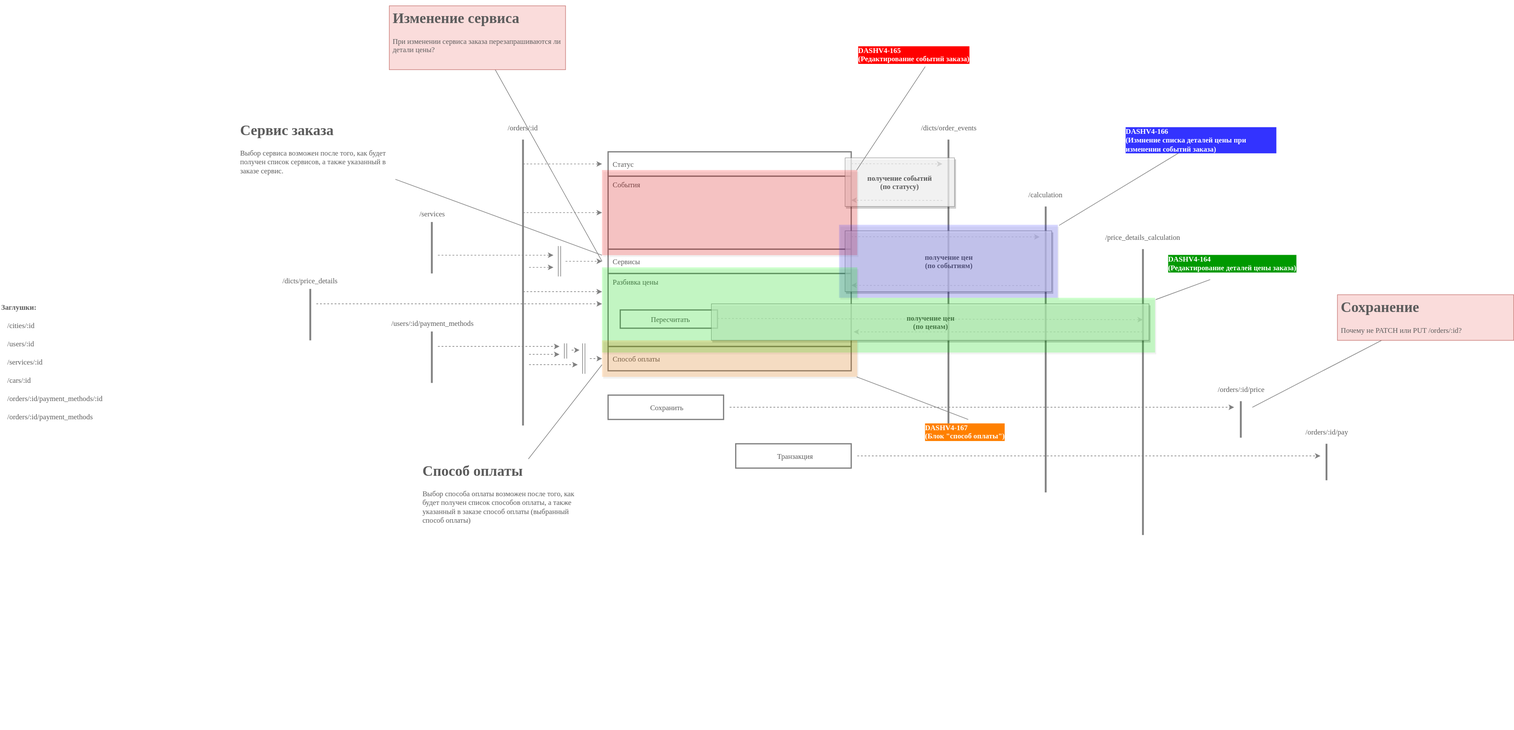
Before: calc.svg, a diagram exported from draw.io (ajile/draw-io). Source tidied: cells renumbered, new cells last; positions are measured from the earlier drawing's top-left corner, leaving out a move shared by most shapes.
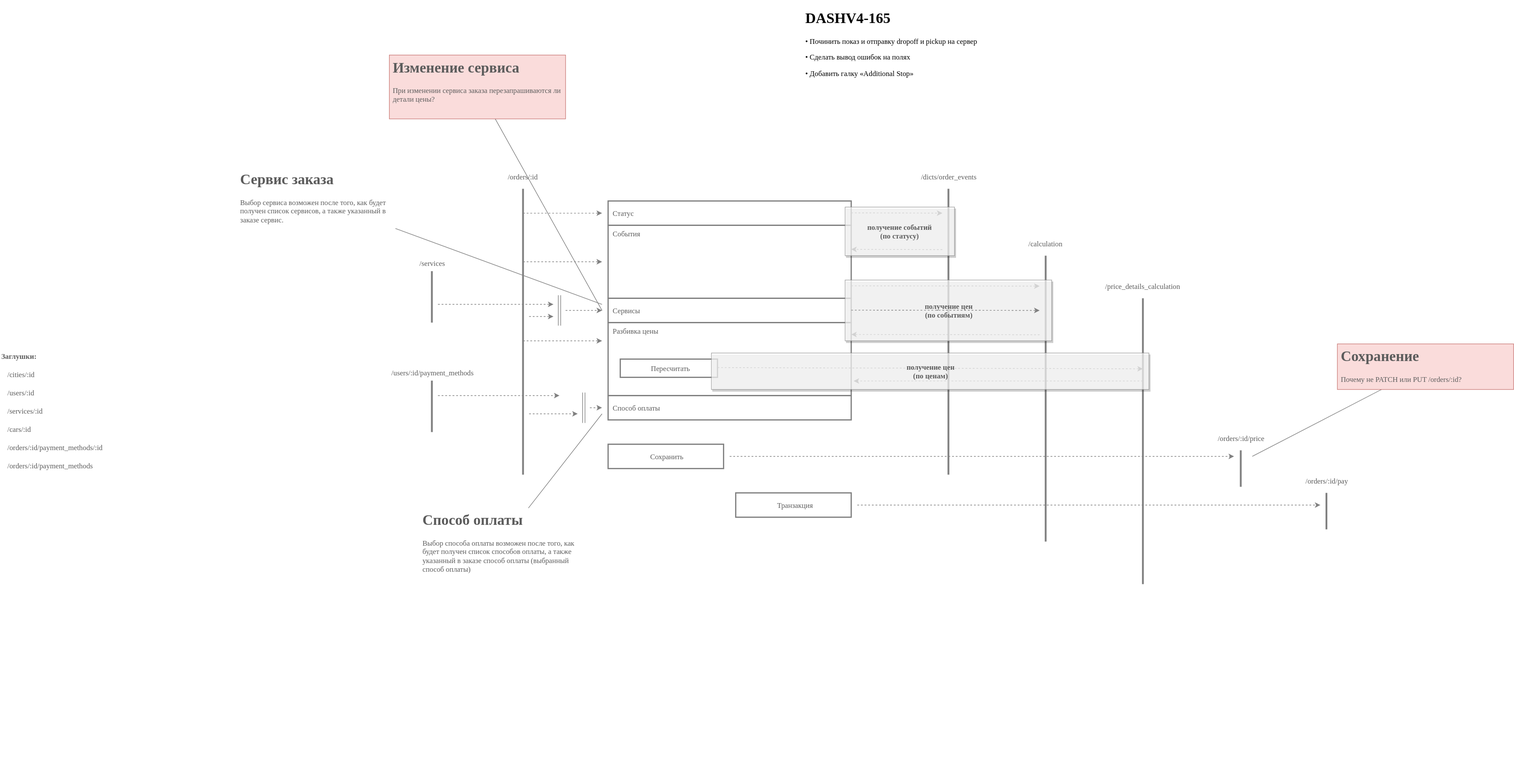
Later version of the same file.

Diff of the diagram source:
```diff
@@ -301,88 +301,14 @@
     <mxCell id="71" value="&lt;div&gt;получение цен&lt;/div&gt;&lt;div&gt;(по ценам)&lt;/div&gt;" style="rounded=0;whiteSpace=wrap;html=1;shadow=1;strokeColor=#808080;strokeWidth=1;fillColor=#ffffff;gradientColor=none;fontFamily=Verdana;fontSize=12;fontColor=#5C5C5C;align=center;opacity=70;fontStyle=1;" parent="1" vertex="1">
       <mxGeometry x="1170" y="490" width="720" height="60" as="geometry" />
     </mxCell>
-    <mxCell id="72" value="Области" parent="0" />
-    <mxCell id="73" style="edgeStyle=none;rounded=0;html=1;entryX=0.998;entryY=0;entryPerimeter=0;labelBackgroundColor=none;startArrow=none;startFill=0;endArrow=none;endFill=0;jettySize=auto;strokeColor=#808080;strokeWidth=1;fontFamily=Verdana;fontSize=12;fontColor=#FFFFFF;" parent="72" edge="1" source="92" target="75">
-      <mxGeometry relative="1" as="geometry" />
-    </mxCell>
-    <mxCell id="74" style="group;" parent="72" vertex="1">
-      <mxGeometry x="990" y="230" width="600" height="180" as="geometry" />
-    </mxCell>
-    <mxCell id="75" style="rounded=0;whiteSpace=wrap;html=1;shadow=1;fillColor=#FF0000;gradientColor=none;fontFamily=Verdana;fontSize=19;fontColor=#FF0000;opacity=20;align=left;strokeColor=none;" parent="74" vertex="1">
-      <mxGeometry y="40" width="420" height="140" as="geometry" />
-    </mxCell>
-    <mxCell id="76" style="rounded=0;whiteSpace=wrap;html=1;shadow=1;fillColor=#3333FF;gradientColor=none;fontFamily=Verdana;fontSize=19;fontColor=#FF0000;opacity=20;align=left;strokeColor=none;" parent="72" vertex="1">
-      <mxGeometry x="1380" y="360" width="360" height="120" as="geometry" />
-    </mxCell>
-    <mxCell id="77" style="edgeStyle=none;rounded=0;html=1;entryX=1.006;entryY=0.008;entryPerimeter=0;labelBackgroundColor=none;startArrow=none;startFill=0;endArrow=none;endFill=0;jettySize=auto;strokeColor=#808080;strokeWidth=1;fontFamily=Verdana;fontSize=12;fontColor=#3333FF;" parent="72" edge="1" source="93" target="76">
-      <mxGeometry relative="1" as="geometry" />
-    </mxCell>
-    <mxCell id="78" style="group;" parent="72" vertex="1">
-      <mxGeometry x="990" y="430" width="910" height="140" as="geometry" />
-    </mxCell>
-    <mxCell id="79" style="rounded=0;whiteSpace=wrap;html=1;shadow=1;fillColor=#00FF00;gradientColor=none;fontFamily=Verdana;fontSize=19;fontColor=#FF0000;opacity=20;align=left;strokeColor=none;" parent="78" vertex="1">
-      <mxGeometry width="420" height="140" as="geometry" />
-    </mxCell>
-    <mxCell id="80" style="rounded=0;whiteSpace=wrap;html=1;shadow=1;fillColor=#00FF00;gradientColor=none;fontFamily=Verdana;fontSize=19;fontColor=#FF0000;opacity=20;align=left;strokeColor=none;" parent="78" vertex="1">
-      <mxGeometry x="420" y="50" width="490" height="90" as="geometry" />
-    </mxCell>
-    <mxCell id="81" style="edgeStyle=none;rounded=0;html=1;entryX=1.002;entryY=0.033;entryPerimeter=0;labelBackgroundColor=none;startArrow=none;startFill=0;endArrow=none;endFill=0;jettySize=auto;strokeColor=#808080;strokeWidth=1;fontFamily=Verdana;fontSize=12;fontColor=#3333FF;" parent="72" edge="1" source="94" target="80">
-      <mxGeometry relative="1" as="geometry" />
-    </mxCell>
-    <mxCell id="82" style="rounded=0;whiteSpace=wrap;html=1;shadow=1;fillColor=#FF8000;gradientColor=none;fontFamily=Verdana;fontSize=19;fontColor=#FF0000;opacity=20;align=left;strokeColor=none;" parent="72" vertex="1">
-      <mxGeometry x="990" y="550" width="420" height="60" as="geometry" />
-    </mxCell>
-    <mxCell id="83" style="edgeStyle=none;rounded=0;html=1;entryX=0.998;entryY=1;entryPerimeter=0;labelBackgroundColor=none;startArrow=none;startFill=0;endArrow=none;endFill=0;jettySize=auto;strokeColor=#808080;strokeWidth=1;fontFamily=Verdana;fontSize=12;fontColor=#3333FF;" parent="72" edge="1" source="95" target="82">
-      <mxGeometry relative="1" as="geometry" />
-    </mxCell>
-    <mxCell id="84" style="shape=link;html=1;labelBackgroundColor=none;startArrow=none;startFill=0;endArrow=classic;endFill=1;jettySize=auto;orthogonalLoop=1;strokeColor=#808080;strokeWidth=1;fontFamily=Verdana;fontSize=12;fontColor=#5C5C5C;" parent="72" edge="1">
-      <mxGeometry relative="1" as="geometry">
-        <mxPoint x="930" y="580" as="sourcePoint" />
-        <mxPoint x="930" y="555" as="targetPoint" />
-      </mxGeometry>
-    </mxCell>
-    <mxCell id="85" style="endArrow=classic;html=1;labelBackgroundColor=none;strokeColor=#808080;strokeWidth=1;fontFamily=Verdana;fontSize=12;fontColor=#5C5C5C;dashed=1;" parent="72" edge="1">
-      <mxGeometry relative="1" as="geometry">
-        <mxPoint x="870" y="573" as="sourcePoint" />
-        <mxPoint x="920" y="573" as="targetPoint" />
-      </mxGeometry>
-    </mxCell>
-    <mxCell id="86" style="endArrow=classic;html=1;labelBackgroundColor=none;strokeColor=#808080;strokeWidth=1;fontFamily=Verdana;fontSize=12;fontColor=#5C5C5C;dashed=1;" parent="72" edge="1">
-      <mxGeometry relative="1" as="geometry">
-        <mxPoint x="940" y="566" as="sourcePoint" />
-        <mxPoint x="953" y="566" as="targetPoint" />
-      </mxGeometry>
-    </mxCell>
-    <mxCell id="87" style="group;" parent="72" vertex="1">
-      <mxGeometry x="450" y="460" width="120" height="90" as="geometry" />
-    </mxCell>
-    <mxCell id="88" value="&lt;span&gt;/&lt;/span&gt;&lt;span&gt;dicts/price_details&lt;/span&gt;&lt;br&gt;" style="text;html=1;strokeColor=none;fillColor=none;align=center;verticalAlign=middle;whiteSpace=wrap;rounded=0;shadow=0;fontFamily=Verdana;fontSize=12;fontColor=#5C5C5C;" parent="87" vertex="1">
-      <mxGeometry y="-20" width="120" height="24" as="geometry" />
-    </mxCell>
-    <mxCell id="89" style="endArrow=none;html=1;labelBackgroundColor=none;strokeColor=#808080;strokeWidth=3;fontFamily=Verdana;fontSize=12;fontColor=#5C5C5C;" parent="87" edge="1">
-      <mxGeometry relative="1" as="geometry">
-        <mxPoint x="60" y="90" as="sourcePoint" />
-        <mxPoint x="60" y="5.4" as="targetPoint" />
-      </mxGeometry>
-    </mxCell>
-    <mxCell id="90" style="endArrow=classic;html=1;labelBackgroundColor=none;strokeColor=#808080;strokeWidth=1;fontFamily=Verdana;fontSize=12;fontColor=#5C5C5C;dashed=1;" parent="72" edge="1">
-      <mxGeometry relative="1" as="geometry">
-        <mxPoint x="520" y="490" as="sourcePoint" />
-        <mxPoint x="990" y="490" as="targetPoint" />
-      </mxGeometry>
-    </mxCell>
-    <mxCell id="91" value="Задачи" parent="0" />
-    <mxCell id="92" value="DASHV4-165&lt;br style=&quot;font-size: 12px;&quot;&gt;(Редактирование событий заказа)&lt;br style=&quot;font-size: 12px;&quot;&gt;" style="text;html=1;strokeColor=none;fillColor=none;align=left;verticalAlign=middle;whiteSpace=wrap;rounded=0;shadow=1;fontFamily=Verdana;fontColor=#FFFFFF;opacity=70;fontSize=12;fontStyle=1;labelBackgroundColor=#FF0000;spacing=2;" parent="91" vertex="1">
-      <mxGeometry x="1410" y="60" width="250" height="40" as="geometry" />
-    </mxCell>
-    <mxCell id="93" value="&lt;div&gt;DASHV4-166&lt;/div&gt;&lt;div&gt;(Измнение списка деталей цены при изменении событий заказа)&lt;/div&gt;" style="text;html=1;strokeColor=none;fillColor=none;align=left;verticalAlign=middle;whiteSpace=wrap;rounded=0;shadow=1;fontFamily=Verdana;fontColor=#FFFFFF;opacity=70;fontSize=12;fontStyle=1;labelBackgroundColor=#3333FF;spacing=2;" parent="91" vertex="1">
-      <mxGeometry x="1850" y="200" width="250" height="40" as="geometry" />
-    </mxCell>
-    <mxCell id="94" value="&lt;div&gt;DASHV4-164&lt;/div&gt;&lt;div&gt;(Редактирование деталей цены заказа)&lt;/div&gt;" style="text;html=1;strokeColor=none;fillColor=none;align=left;verticalAlign=middle;whiteSpace=wrap;rounded=0;shadow=1;fontFamily=Verdana;fontColor=#FFFFFF;opacity=70;fontSize=12;fontStyle=1;labelBackgroundColor=#009900;spacing=2;" parent="91" vertex="1">
-      <mxGeometry x="1920" y="410" width="250" height="40" as="geometry" />
-    </mxCell>
-    <mxCell id="95" value="&lt;div&gt;DASHV4-167&lt;/div&gt;&lt;div&gt;(Блок &quot;способ оплаты&quot;)&lt;/div&gt;" style="text;html=1;strokeColor=none;fillColor=none;align=left;verticalAlign=middle;whiteSpace=wrap;rounded=0;shadow=1;fontFamily=Verdana;fontColor=#FFFFFF;opacity=70;fontSize=12;fontStyle=1;labelBackgroundColor=#FF8000;spacing=2;" parent="91" vertex="1">
-      <mxGeometry x="1520" y="680" width="250" height="40" as="geometry" />
-    </mxCell>
+    <mxCell id="96" value="&lt;h1&gt;DASHV4-165&lt;/h1&gt;&lt;p&gt;• Починить показ и отправку dropoff и pickup на сервер&lt;/p&gt;&lt;p&gt;• Сделать вывод ошибок на полях&lt;/p&gt;&lt;p&gt;• Добавить галку «Additional Stop»&lt;/p&gt;" style="text;html=1;strokeColor=none;fillColor=none;spacing=5;spacingTop=-20;whiteSpace=wrap;overflow=hidden;rounded=0;shadow=1;labelBackgroundColor=none;fontFamily=Verdana;fontColor=#000000;opacity=70;align=left;" parent="1" vertex="1">
+      <mxGeometry x="1320" y="-80" width="410" height="160" as="geometry" />
+    </mxCell>
+    <mxCell id="97" style="endArrow=classic;html=1;labelBackgroundColor=none;strokeColor=#808080;strokeWidth=1;fontFamily=Verdana;fontSize=12;fontColor=#5C5C5C;dashed=1;" parent="1" edge="1">
+      <mxGeometry relative="1" as="geometry">
+        <mxPoint x="1400" y="419.5" as="sourcePoint" />
+        <mxPoint x="1710" y="420" as="targetPoint" />
+      </mxGeometry>
+    </mxCell>
   </root>
 </mxGraphModel>
```
